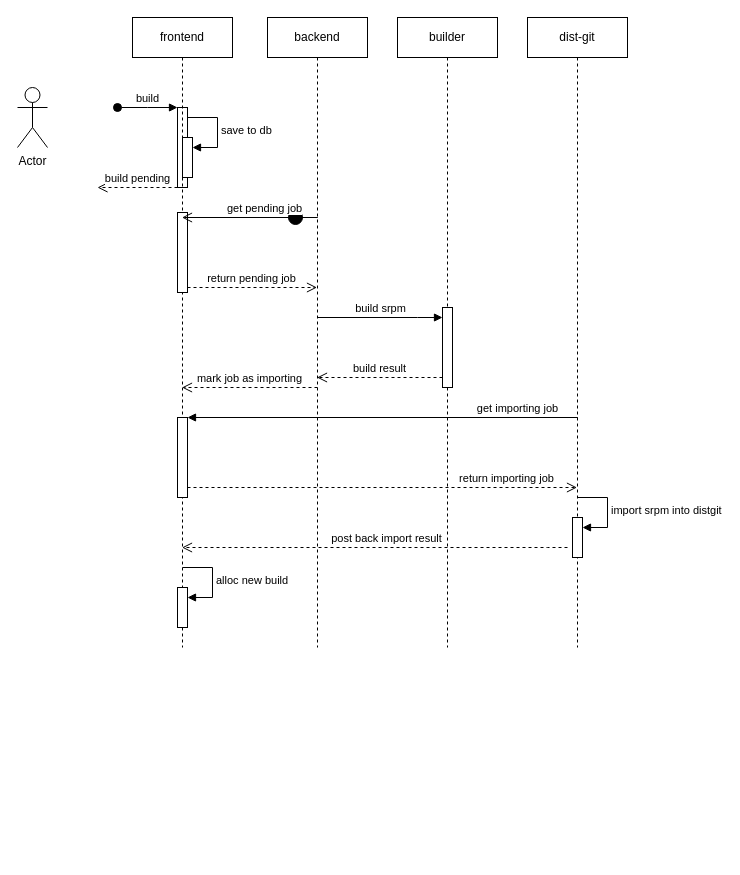
The draw.io diagram copr-build-flow.drawio in pkking/mydrawio, before the edit. Source tidied: cells renumbered, new cells numbered last; positions are measured from the earlier drawing's top-left corner, leaving out a move shared by most shapes. Both pictures are drawn from the tidied source at 100%, with x=0, y=0 at pixel (17, 17).
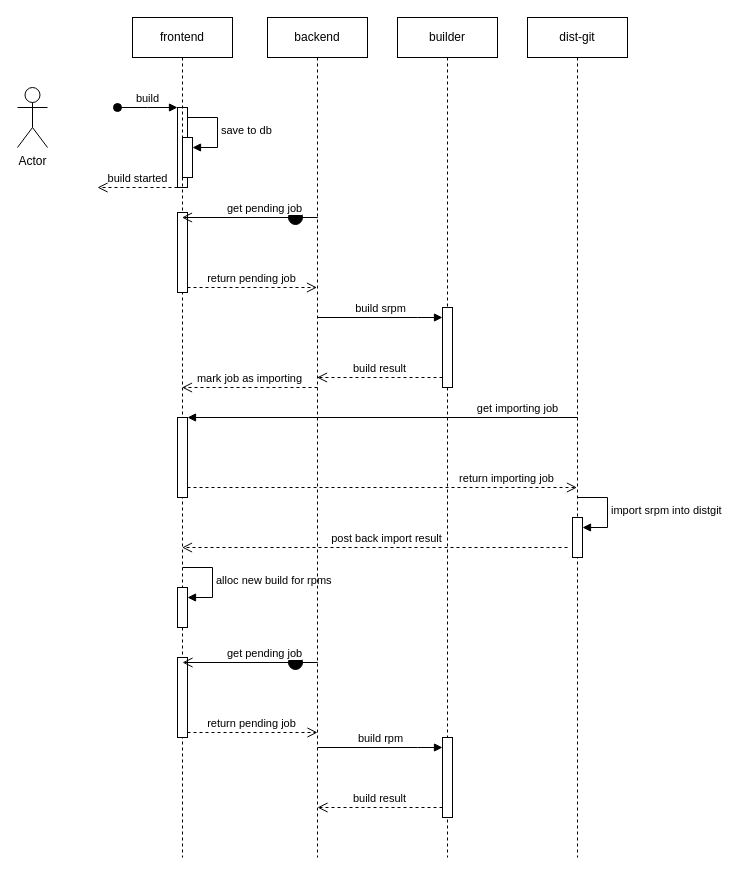
The same page after the edit.

Unchanged cells that the change refers to:
```xml
<mxCell id="11" style="html=1;points=[];perimeter=orthogonalPerimeter;outlineConnect=0;targetShapes=umlLifeline;portConstraint=eastwest;newEdgeStyle={&quot;edgeStyle&quot;:&quot;elbowEdgeStyle&quot;,&quot;elbow&quot;:&quot;vertical&quot;,&quot;curved&quot;:0,&quot;rounded&quot;:0};" parent="5" vertex="1">
  <mxGeometry x="45" y="570" width="10" height="40" as="geometry" />
</mxCell>
```

Diff of the diagram source:
```diff
@@
     <mxCell id="5" value="frontend" style="shape=umlLifeline;perimeter=lifelinePerimeter;whiteSpace=wrap;html=1;outlineConnect=0;portConstraint=eastwest;newEdgeStyle={&quot;edgeStyle&quot;:&quot;elbowEdgeStyle&quot;,&quot;elbow&quot;:&quot;vertical&quot;,&quot;curved&quot;:0,&quot;rounded&quot;:0};" parent="1" vertex="1">
-      <mxGeometry x="115" width="100" height="630" as="geometry" />
+      <mxGeometry x="115" width="100" height="840" as="geometry" />
     </mxCell>
@@
-    <mxCell id="12" value="alloc new build" style="html=1;align=left;spacingLeft=2;endArrow=block;rounded=0;edgeStyle=orthogonalEdgeStyle;curved=0;rounded=0;" parent="5" edge="1" target="11">
+    <mxCell id="12" value="alloc new build for rpms" style="html=1;align=left;spacingLeft=2;endArrow=block;rounded=0;edgeStyle=orthogonalEdgeStyle;curved=0;rounded=0;" parent="5" edge="1" target="11">
       <mxGeometry relative="1" as="geometry">
         <mxPoint x="50" y="550" as="sourcePoint" />
         <Array as="points">
           <mxPoint x="80" y="580" />
         </Array>
       </mxGeometry>
     </mxCell>
     <mxCell id="13" value="backend" style="shape=umlLifeline;perimeter=lifelinePerimeter;whiteSpace=wrap;html=1;outlineConnect=0;portConstraint=eastwest;newEdgeStyle={&quot;edgeStyle&quot;:&quot;elbowEdgeStyle&quot;,&quot;elbow&quot;:&quot;vertical&quot;,&quot;curved&quot;:0,&quot;rounded&quot;:0};" parent="1" vertex="1">
-      <mxGeometry x="250" width="100" height="630" as="geometry" />
+      <mxGeometry x="250" width="100" height="840" as="geometry" />
     </mxCell>
     <mxCell id="14" value="dist-git" style="shape=umlLifeline;perimeter=lifelinePerimeter;whiteSpace=wrap;html=1;outlineConnect=0;portConstraint=eastwest;newEdgeStyle={&quot;edgeStyle&quot;:&quot;elbowEdgeStyle&quot;,&quot;elbow&quot;:&quot;vertical&quot;,&quot;curved&quot;:0,&quot;rounded&quot;:0};" parent="1" vertex="1">
-      <mxGeometry x="510" width="100" height="630" as="geometry" />
+      <mxGeometry x="510" width="100" height="840" as="geometry" />
     </mxCell>
@@
-    <mxCell id="17" value="build pending" style="html=1;verticalAlign=bottom;endArrow=open;dashed=1;endSize=8;edgeStyle=elbowEdgeStyle;elbow=vertical;curved=0;rounded=0;" parent="1" edge="1">
+    <mxCell id="17" value="build started" style="html=1;verticalAlign=bottom;endArrow=open;dashed=1;endSize=8;edgeStyle=elbowEdgeStyle;elbow=vertical;curved=0;rounded=0;" parent="1" edge="1">
       <mxGeometry x="-0.01" relative="1" as="geometry">
         <mxPoint x="160" y="170" as="sourcePoint" />
         <mxPoint x="80" y="170" as="targetPoint" />
       </mxGeometry>
     </mxCell>
@@
     <mxCell id="20" value="builder" style="shape=umlLifeline;perimeter=lifelinePerimeter;whiteSpace=wrap;html=1;newEdgeStyle={&quot;edgeStyle&quot;:&quot;elbowEdgeStyle&quot;,&quot;elbow&quot;:&quot;vertical&quot;,&quot;curved&quot;:0,&quot;rounded&quot;:0};" parent="1" vertex="1">
-      <mxGeometry x="380" width="100" height="630" as="geometry" />
+      <mxGeometry x="380" width="100" height="840" as="geometry" />
     </mxCell>
@@
+    <mxCell id="27" style="html=1;perimeter=orthogonalPerimeter;targetShapes=umlLifeline;newEdgeStyle={&quot;edgeStyle&quot;:&quot;elbowEdgeStyle&quot;,&quot;elbow&quot;:&quot;vertical&quot;,&quot;curved&quot;:0,&quot;rounded&quot;:0};" parent="1" vertex="1">
+      <mxGeometry x="160" y="640" width="10" height="80" as="geometry" />
+    </mxCell>
+    <mxCell id="28" value="get pending job" style="html=1;verticalAlign=bottom;startArrow=circle;startFill=1;endArrow=open;startSize=6;endSize=8;edgeStyle=elbowEdgeStyle;elbow=vertical;curved=0;rounded=0;" parent="1" edge="1">
+      <mxGeometry relative="1" as="geometry">
+        <mxPoint x="270" y="645" as="sourcePoint" />
+        <mxPoint x="165" y="645" as="targetPoint" />
+        <Array as="points">
+          <mxPoint x="300" y="645" />
+        </Array>
+      </mxGeometry>
+    </mxCell>
+    <mxCell id="29" value="return pending job" style="html=1;verticalAlign=bottom;endArrow=open;dashed=1;endSize=8;edgeStyle=elbowEdgeStyle;elbow=vertical;curved=0;rounded=0;" parent="1" edge="1">
+      <mxGeometry x="-0.01" relative="1" as="geometry">
+        <mxPoint x="170" y="715" as="sourcePoint" />
+        <mxPoint x="300" y="715" as="targetPoint" />
+      </mxGeometry>
+    </mxCell>
+    <mxCell id="30" style="html=1;points=[];perimeter=orthogonalPerimeter;outlineConnect=0;targetShapes=umlLifeline;portConstraint=eastwest;newEdgeStyle={&quot;edgeStyle&quot;:&quot;elbowEdgeStyle&quot;,&quot;elbow&quot;:&quot;vertical&quot;,&quot;curved&quot;:0,&quot;rounded&quot;:0};" parent="1" vertex="1">
+      <mxGeometry x="425" y="720" width="10" height="80" as="geometry" />
+    </mxCell>
+    <mxCell id="31" value="build rpm" style="html=1;verticalAlign=bottom;endArrow=block;edgeStyle=elbowEdgeStyle;elbow=vertical;curved=0;rounded=0;" parent="1" edge="1" target="30">
+      <mxGeometry relative="1" as="geometry">
+        <mxPoint x="300" y="730" as="sourcePoint" />
+        <Array as="points">
+          <mxPoint x="400" y="730" />
+        </Array>
+      </mxGeometry>
+    </mxCell>
+    <mxCell id="32" value="build result" style="html=1;verticalAlign=bottom;endArrow=open;dashed=1;endSize=8;edgeStyle=elbowEdgeStyle;elbow=vertical;curved=0;rounded=0;" parent="1" edge="1" source="30">
+      <mxGeometry x="0.01" relative="1" as="geometry">
+        <mxPoint x="300" y="790" as="targetPoint" />
+        <Array as="points">
+          <mxPoint x="360" y="790" />
+          <mxPoint x="320" y="790" />
+        </Array>
+      </mxGeometry>
+    </mxCell>
```
